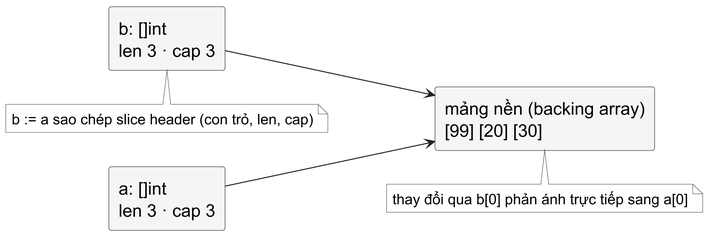
This is assets/diagrams/slice-sharing.png from Minhlike/Golang, a PlantUML export, as it was before one commit.
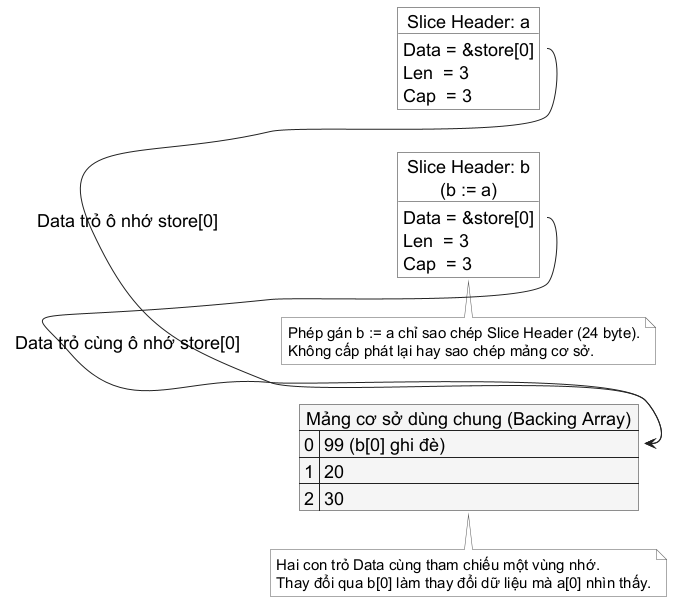
The same diagram one commit later.

What changed in the source:
```diff
@@ -1,30 +1,56 @@
 @startuml
-skinparamlocked dpi 300
 skinparam backgroundColor white
 skinparam shadowing false
 skinparam defaultFontName "Source Sans 3"
 skinparam defaultFontSize 18
 skinparam defaultFontColor #000000
-skinparam rectangle {
+skinparam arrowColor #222222
+skinparam map {
   BackgroundColor #F5F5F5
   BorderColor #222222
   FontColor #000000
-  RoundCorner 5
 }
-skinparam arrowColor #222222
+skinparam object {
+  BackgroundColor #FFFFFF
+  BorderColor #222222
+  FontColor #000000
+}
 skinparam note {
   BackgroundColor #FFFFFF
   BorderColor #555555
   FontColor #000000
-  FontName "Source Sans 3"
   FontSize 15
 }
 left to right direction
-rectangle "a: []int\nlen 3 · cap 3" as a
-rectangle "b: []int\nlen 3 · cap 3" as b
-rectangle "mảng nền (backing array)\n[99] [20] [30]" as store
-a --> store
-b --> store
-note bottom of b : b := a sao chép slice header (con trỏ, len, cap)
-note bottom of store : thay đổi qua b[0] phản ánh trực tiếp sang a[0]
+
+object "Slice Header: a" as a {
+  Data = &store[0]
+  Len  = 3
+  Cap  = 3
+}
+
+object "Slice Header: b\n(b := a)" as b {
+  Data = &store[0]
+  Len  = 3
+  Cap  = 3
+}
+
+map "Mảng cơ sở dùng chung (Backing Array)" as store {
+  0 => 99 (b[0] ghi đè)
+  1 => 20
+  2 => 30
+}
+
+a::Data -right-> store::0 : Data trỏ ô nhớ store[0]
+b::Data -right-> store::0 : Data trỏ cùng ô nhớ store[0]
+
+note bottom of b
+  Phép gán b := a chỉ sao chép Slice Header (24 byte).
+  Không cấp phát lại hay sao chép mảng cơ sở.
+end note
+
+note bottom of store
+  Hai con trỏ Data cùng tham chiếu một vùng nhớ.
+  Thay đổi qua b[0] làm thay đổi dữ liệu mà a[0] nhìn thấy.
+end note
 @enduml
```
